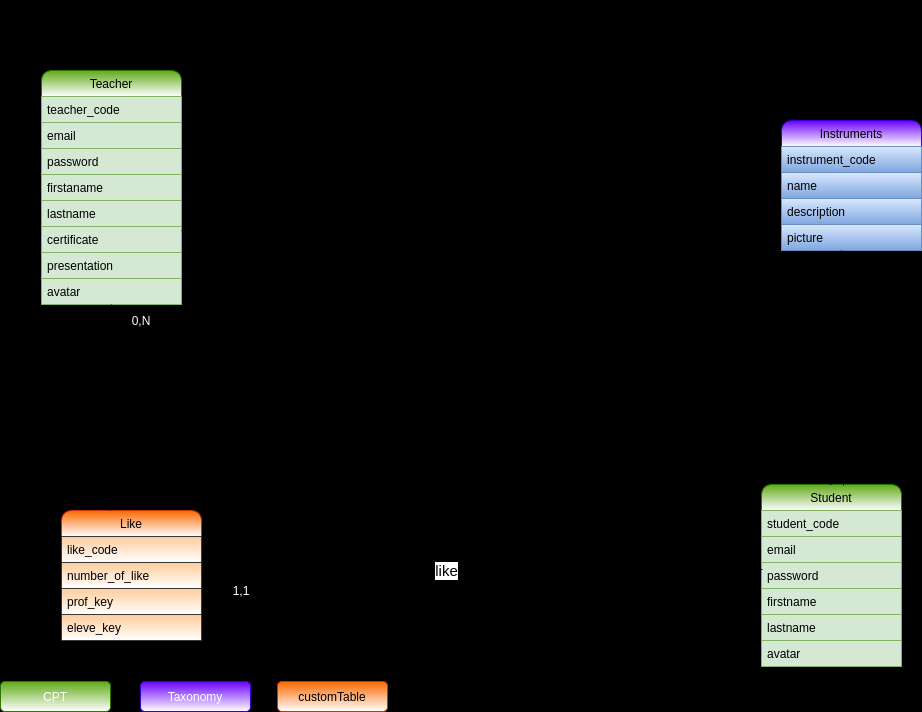
The draw.io diagram _documentation/mcd.drawio.png in Brewalan74/InstrumentalForMe, before a commit. Source tidied: cells renumbered, new cells last; positions are measured from the earlier drawing's top-left corner, leaving out a move shared by most shapes.
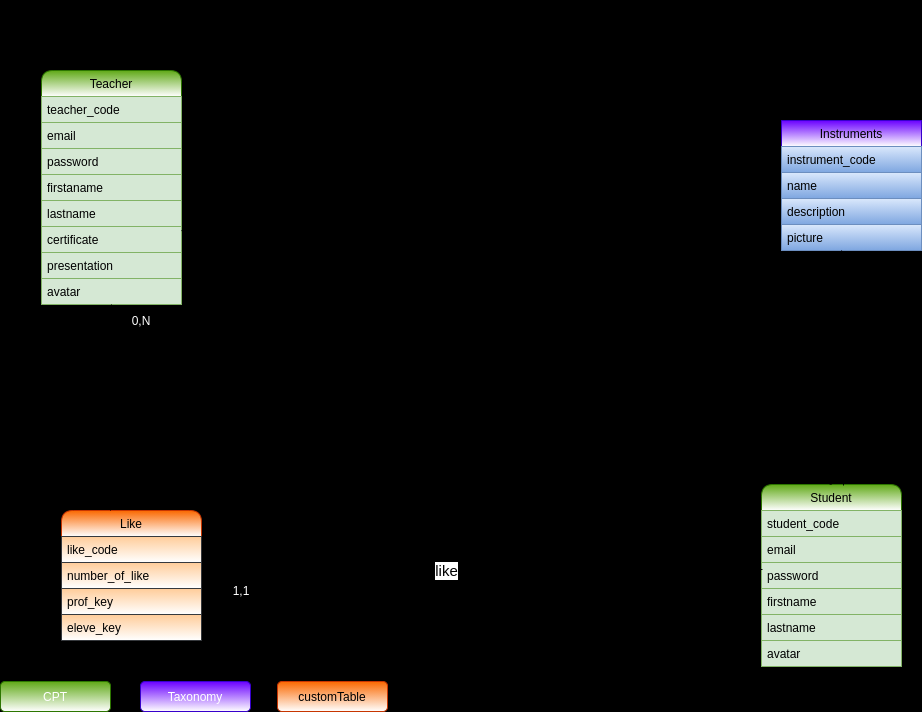
Above is the later version.

Commit message:
Doc maj log book

Change to the diagram source:
```diff
@@ -23,7 +23,7 @@
     <mxCell id="8" value="avatar" style="text;strokeColor=#82b366;fillColor=#d5e8d4;align=left;verticalAlign=top;spacingLeft=4;spacingRight=4;overflow=hidden;fontColor=#000000;" parent="2" vertex="1">
       <mxGeometry y="156" width="140" height="26" as="geometry" />
     </mxCell>
-    <mxCell id="9" value="Instruments" style="swimlane;fontStyle=0;horizontal=1;startSize=26;fillColor=#6a00ff;strokeColor=#3700CC;fontColor=#000000;rounded=1;gradientColor=#ffffff;" parent="1" vertex="1">
+    <mxCell id="9" value="Instruments" style="swimlane;fontStyle=0;horizontal=1;startSize=26;fillColor=#6a00ff;strokeColor=#3700CC;fontColor=#000000;rounded=0;gradientColor=#ffffff;" parent="1" vertex="1">
       <mxGeometry x="781" y="120" width="140" height="130" as="geometry" />
     </mxCell>
     <mxCell id="10" value="instrument_code" style="text;strokeColor=#6c8ebf;fillColor=#dae8fc;align=left;verticalAlign=top;spacingLeft=4;spacingRight=4;overflow=hidden;points=[[0,0.5],[1,0.5]];portConstraint=eastwest;gradientColor=#7ea6e0;fontColor=#000000;" parent="9" vertex="1">
```
